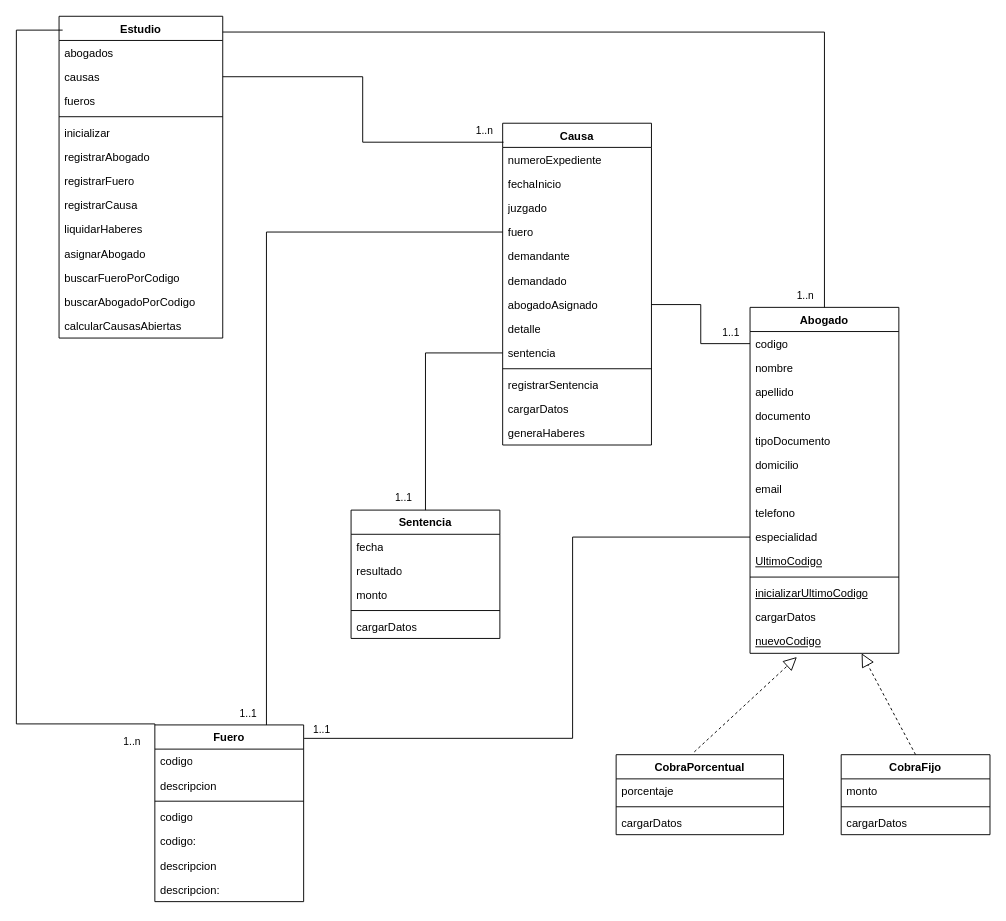
Above: page "DiagramaClases" (1 of 2) of diagrama.drawio in Valentin-Leone-Arriola/Paradigmas-2026-2k06-G03 (draw.io), before the change. Source tidied: cells renumbered, new cells numbered last; positions are measured from the earlier drawing's top-left corner, leaving out a move shared by most shapes. Both pictures are drawn from the tidied source at 93%, with x=0, y=0 at pixel (16, 16).
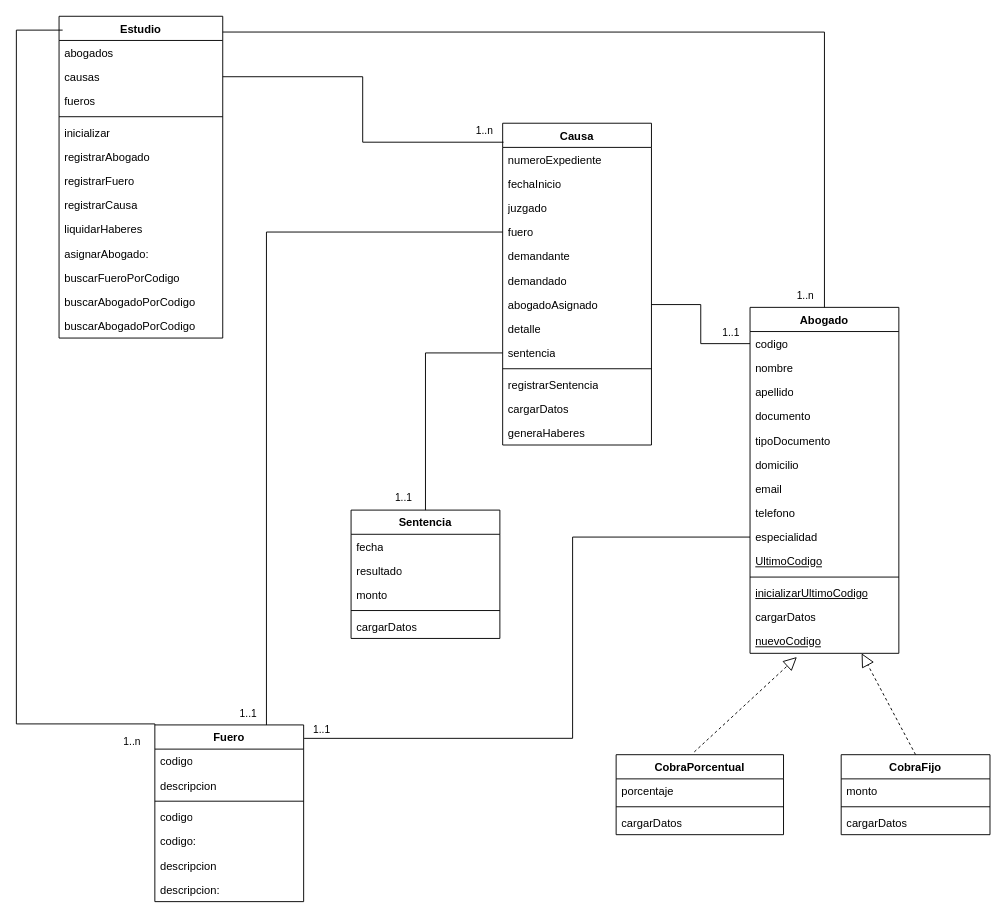
The same page after the edit.

Commit message (it also covers changes not shown here):
actualizaciones diagrama, metodo registrar causa

Unchanged cells that the change refers to:
```xml
<mxCell id="31" value="Estudio" style="swimlane;fontStyle=1;align=center;verticalAlign=top;horizontal=1;startSize=26;whiteSpace=wrap;html=1;" parent="1" vertex="1">
  <mxGeometry x="46" width="176" height="346" as="geometry" />
</mxCell>
```

Diff of the diagram source:
```diff
@@
-    <mxCell id="41" value="asignarAbogado" style="text;strokeColor=none;fillColor=none;align=left;verticalAlign=top;spacingLeft=4;spacingRight=4;overflow=hidden;whiteSpace=wrap;html=1;" parent="31" vertex="1">
+    <mxCell id="41" value="asignarAbogado:" style="text;strokeColor=none;fillColor=none;align=left;verticalAlign=top;spacingLeft=4;spacingRight=4;overflow=hidden;whiteSpace=wrap;html=1;" parent="31" vertex="1">
       <mxGeometry y="242" width="176" height="26" as="geometry" />
     </mxCell>
@@
-    <mxCell id="44" value="&lt;div&gt;calcularCausasAbiertas&lt;/div&gt;" style="text;strokeColor=none;fillColor=none;align=left;verticalAlign=top;spacingLeft=4;spacingRight=4;overflow=hidden;whiteSpace=wrap;html=1;" parent="31" vertex="1">
-      <mxGeometry y="320" width="176" height="26" as="geometry" />
-    </mxCell>
+    <mxCell id="83" value="buscarAbogadoPorCodigo" style="text;strokeColor=none;fillColor=none;align=left;verticalAlign=top;spacingLeft=4;spacingRight=4;overflow=hidden;whiteSpace=wrap;html=1;" parent="31" vertex="1">
+      <mxGeometry y="320" width="176" height="26" as="geometry" />
+    </mxCell>
```
